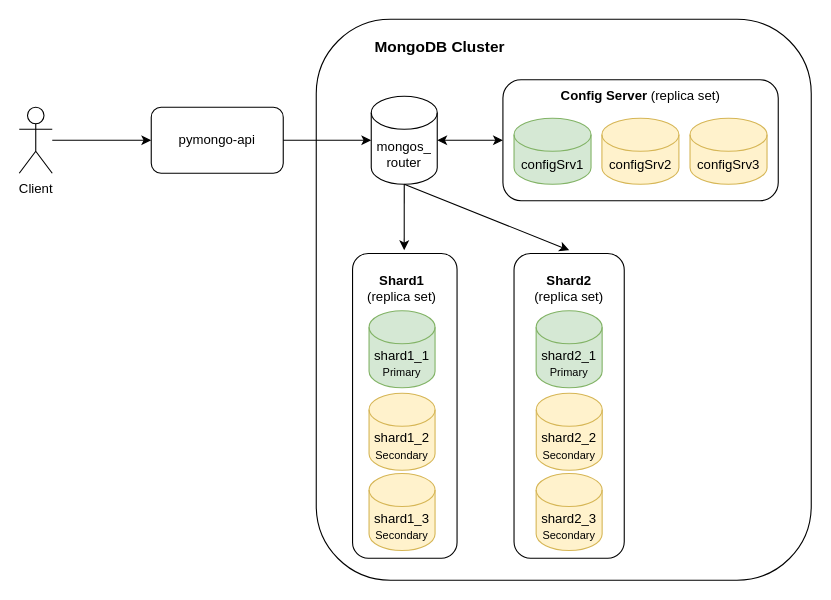
This is page "step-2" (3 of 5) of Task1-drawio/task1.drawio from afakhrieva/architecture-pro-black_friday, a draw.io file, before an edit. Source tidied: cells renumbered, new cells numbered last; positions are measured from the earlier drawing's top-left corner, leaving out a move shared by most shapes. Both pictures are drawn from the tidied source at 110%, with x=0, y=0 at pixel (19, 19).
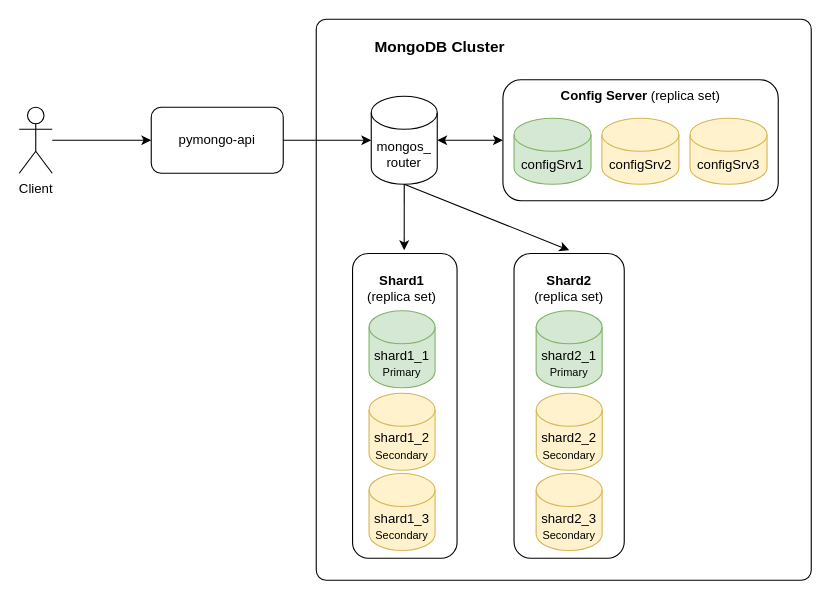
The same diagram, later.

Change to the diagram source:
```diff
@@
-    <mxCell id="2" style="rounded=1;whiteSpace=wrap;html=1;" parent="1" vertex="1">
+    <mxCell id="2" style="rounded=1;whiteSpace=wrap;html=1;arcSize=2;" parent="1" vertex="1">
       <mxGeometry x="270" width="450" height="510" as="geometry" />
     </mxCell>
```
